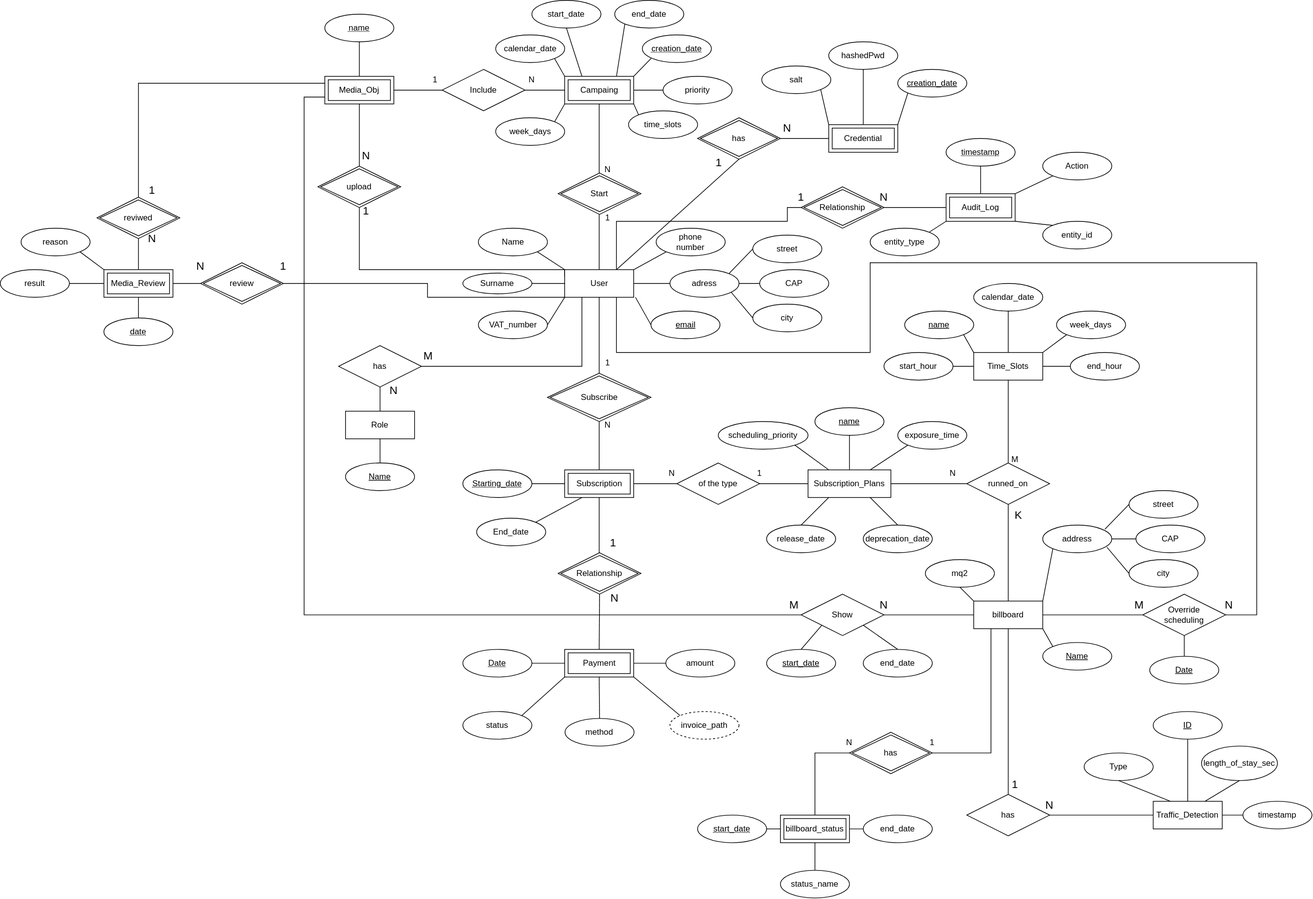
This is Diagrams/DB_ER_schema.svg from alessandrocalab/PiazzAD, a draw.io export, as it was before one commit. Source tidied: cells renumbered, new cells last; positions are measured from the earlier drawing's top-left corner, leaving out a move shared by most shapes.
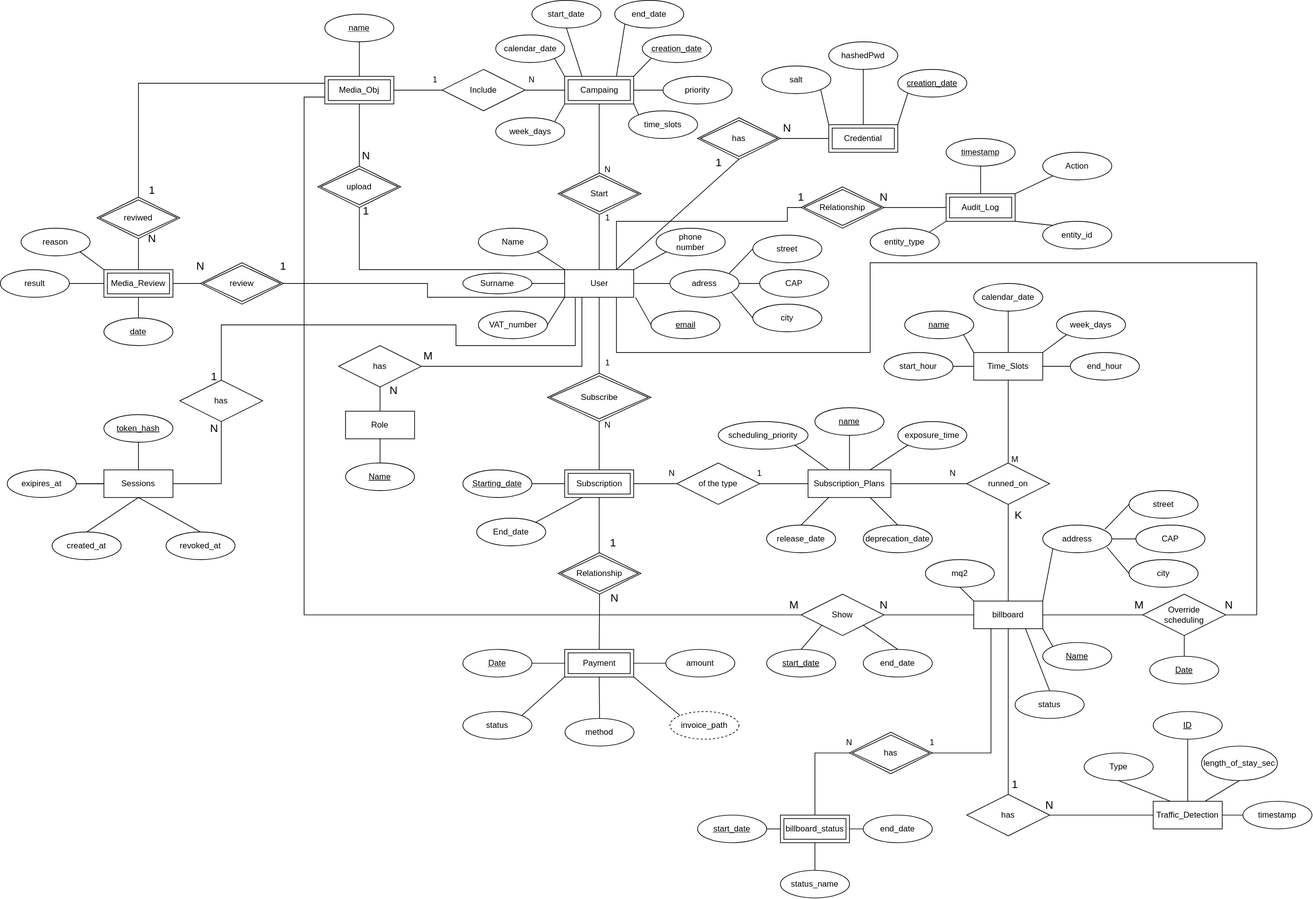
Later version of the same file.

Commit message:
added sessions table to database diagram

The edit, as a diff of the source:
```diff
@@ -716,5 +716,71 @@
     <mxCell id="219" value="status_name" style="ellipse;whiteSpace=wrap;html=1;align=center;" parent="1" vertex="1">
       <mxGeometry x="1130" y="1260" width="100" height="40" as="geometry" />
     </mxCell>
+    <mxCell id="220" style="edgeStyle=none;curved=1;rounded=0;curveGeometry=1;jettySize=auto;html=1;exitX=0.5;exitY=0;exitDx=0;exitDy=0;entryX=0.75;entryY=1;entryDx=0;entryDy=0;fontSize=12;defaultLabelBackgroundColor=page;labelPadding=0 4;startSize=8;endSize=8;endArrow=none;endFill=0;" parent="1" edge="1" source="221" target="113">
+      <mxGeometry relative="1" as="geometry" />
+    </mxCell>
+    <mxCell id="221" value="status" style="ellipse;whiteSpace=wrap;html=1;align=center;" parent="1" vertex="1">
+      <mxGeometry x="1470" y="1000" width="100" height="40" as="geometry" />
+    </mxCell>
+    <mxCell id="222" style="edgeStyle=none;curved=1;rounded=0;curveGeometry=1;jettySize=auto;html=1;fontSize=12;defaultLabelBackgroundColor=page;labelPadding=0 4;startSize=8;endSize=8;" parent="1" edge="1" source="223">
+      <mxGeometry relative="1" as="geometry">
+        <mxPoint x="30" y="700" as="targetPoint" />
+      </mxGeometry>
+    </mxCell>
+    <mxCell id="223" value="Sessions" style="whiteSpace=wrap;html=1;align=center;" parent="1" vertex="1">
+      <mxGeometry x="150" y="680" width="100" height="40" as="geometry" />
+    </mxCell>
+    <mxCell id="224" style="edgeStyle=none;curved=0;rounded=0;jettySize=auto;html=1;exitX=0.5;exitY=1;exitDx=0;exitDy=0;entryX=1;entryY=0.5;entryDx=0;entryDy=0;fontSize=12;defaultLabelBackgroundColor=page;labelPadding=0 4;startSize=8;endSize=8;endArrow=none;endFill=0;" parent="1" edge="1" source="225" target="223">
+      <mxGeometry relative="1" as="geometry">
+        <Array as="points">
+          <mxPoint x="320" y="700" />
+        </Array>
+      </mxGeometry>
+    </mxCell>
+    <mxCell id="225" value="has" style="shape=rhombus;perimeter=rhombusPerimeter;whiteSpace=wrap;html=1;align=center;" parent="1" vertex="1">
+      <mxGeometry x="260" y="550" width="120" height="60" as="geometry" />
+    </mxCell>
+    <mxCell id="226" style="edgeStyle=none;curved=0;rounded=0;jettySize=auto;html=1;exitX=0.5;exitY=0;exitDx=0;exitDy=0;entryX=0.153;entryY=1.021;entryDx=0;entryDy=0;entryPerimeter=0;fontSize=12;defaultLabelBackgroundColor=page;labelPadding=0 4;startSize=8;endSize=8;endArrow=none;endFill=0;" parent="1" edge="1" source="225" target="5">
+      <mxGeometry relative="1" as="geometry">
+        <Array as="points">
+          <mxPoint x="320" y="470" />
+          <mxPoint x="660" y="470" />
+          <mxPoint x="660" y="500" />
+          <mxPoint x="832.8" y="500" />
+        </Array>
+      </mxGeometry>
+    </mxCell>
+    <mxCell id="227" value="1" style="text;html=1;whiteSpace=wrap;strokeColor=none;fillColor=none;align=center;verticalAlign=middle;rounded=0;fontSize=16;" parent="1" vertex="1">
+      <mxGeometry x="280" y="530" width="60" height="30" as="geometry" />
+    </mxCell>
+    <mxCell id="228" value="N" style="text;html=1;whiteSpace=wrap;strokeColor=none;fillColor=none;align=center;verticalAlign=middle;rounded=0;fontSize=16;" parent="1" vertex="1">
+      <mxGeometry x="280" y="605" width="60" height="30" as="geometry" />
+    </mxCell>
+    <mxCell id="229" style="edgeStyle=none;curved=1;rounded=0;curveGeometry=1;jettySize=auto;html=1;exitX=0.5;exitY=0;exitDx=0;exitDy=0;entryX=0.5;entryY=1;entryDx=0;entryDy=0;fontSize=12;defaultLabelBackgroundColor=page;labelPadding=0 4;startSize=8;endSize=8;endArrow=none;endFill=0;" parent="1" edge="1" source="230" target="223">
+      <mxGeometry relative="1" as="geometry" />
+    </mxCell>
+    <mxCell id="230" value="created_at" style="ellipse;whiteSpace=wrap;html=1;align=center;" parent="1" vertex="1">
+      <mxGeometry x="75" y="770" width="100" height="40" as="geometry" />
+    </mxCell>
+    <mxCell id="231" style="edgeStyle=none;curved=1;rounded=0;curveGeometry=1;jettySize=auto;html=1;exitX=0.5;exitY=1;exitDx=0;exitDy=0;entryX=0.5;entryY=0;entryDx=0;entryDy=0;fontSize=12;defaultLabelBackgroundColor=page;labelPadding=0 4;startSize=8;endSize=8;endArrow=none;endFill=0;" parent="1" edge="1" source="232" target="223">
+      <mxGeometry relative="1" as="geometry" />
+    </mxCell>
+    <mxCell id="232" value="token_hash" style="ellipse;whiteSpace=wrap;html=1;align=center;fontStyle=4;" parent="1" vertex="1">
+      <mxGeometry x="150" y="600" width="100" height="40" as="geometry" />
+    </mxCell>
+    <mxCell id="233" style="edgeStyle=none;curved=1;rounded=0;curveGeometry=1;jettySize=auto;html=1;exitX=1;exitY=0.5;exitDx=0;exitDy=0;entryX=0;entryY=0.5;entryDx=0;entryDy=0;fontSize=12;defaultLabelBackgroundColor=page;labelPadding=0 4;startSize=8;endSize=8;endArrow=none;endFill=0;" parent="1" edge="1" source="234" target="223">
+      <mxGeometry relative="1" as="geometry" />
+    </mxCell>
+    <mxCell id="234" value="exipires_at" style="ellipse;whiteSpace=wrap;html=1;align=center;" parent="1" vertex="1">
+      <mxGeometry x="10" y="680" width="100" height="40" as="geometry" />
+    </mxCell>
+    <mxCell id="235" style="edgeStyle=none;curved=1;rounded=0;curveGeometry=1;jettySize=auto;html=1;exitX=0.5;exitY=0;exitDx=0;exitDy=0;fontSize=12;defaultLabelBackgroundColor=page;labelPadding=0 4;startSize=8;endSize=8;endArrow=none;endFill=0;" parent="1" edge="1" source="236">
+      <mxGeometry relative="1" as="geometry">
+        <mxPoint x="200" y="720" as="targetPoint" />
+      </mxGeometry>
+    </mxCell>
+    <mxCell id="236" value="revoked_at" style="ellipse;whiteSpace=wrap;html=1;align=center;" parent="1" vertex="1">
+      <mxGeometry x="240" y="770" width="100" height="40" as="geometry" />
+    </mxCell>
   </root>
 </mxGraphModel>
```
